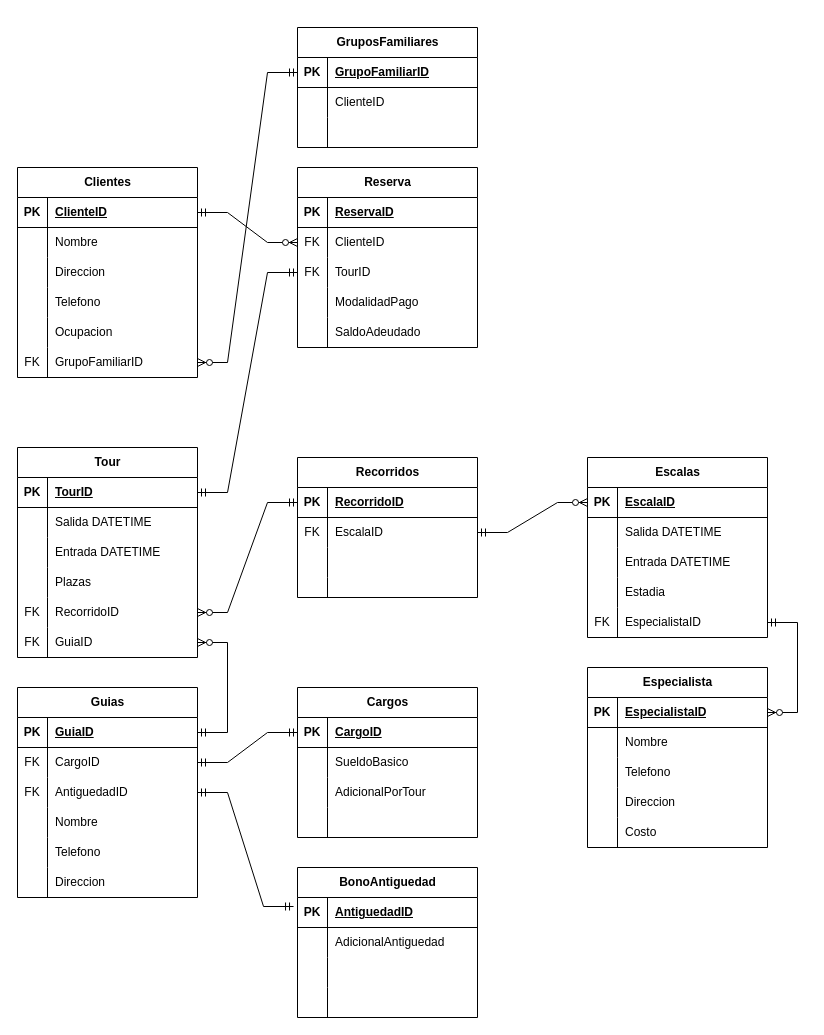
Earlier version of the draw.io diagram ej4.drawio (DamianPiuselli/Diagrams). Source tidied: cells renumbered, new cells numbered last; positions are measured from the earlier drawing's top-left corner, leaving out a move shared by most shapes. Both pictures are drawn from the tidied source at 100%, with x=0, y=0 at pixel (-333, 27).
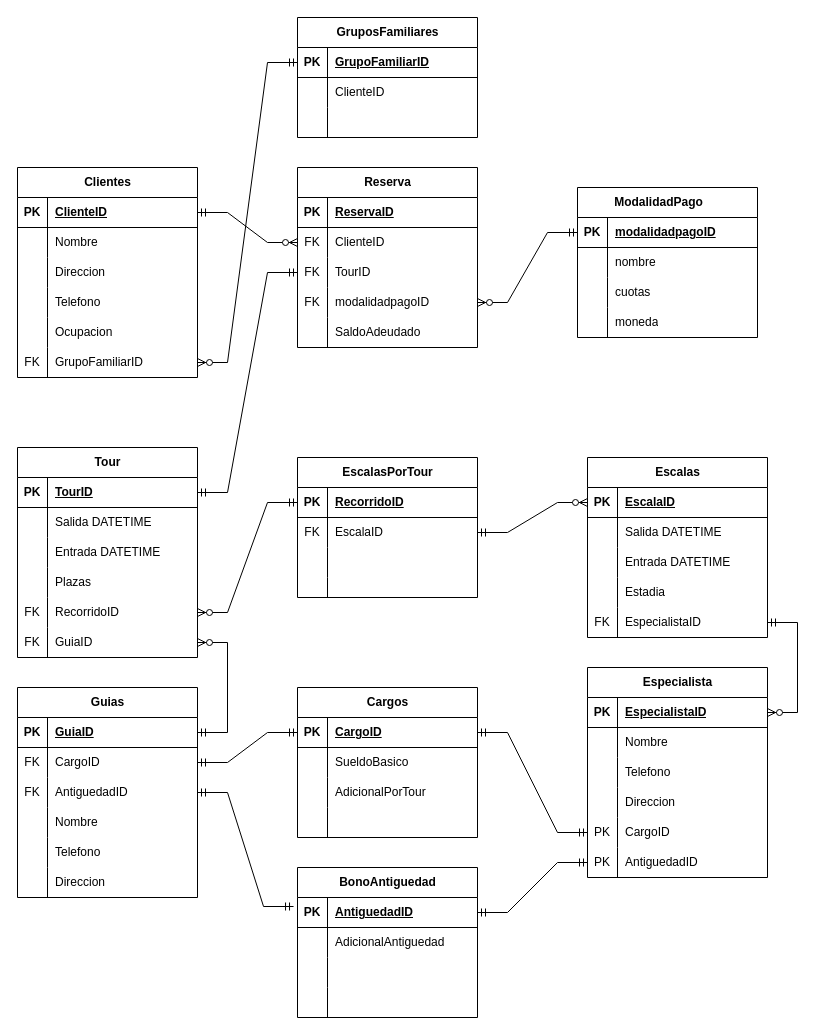
After the change.

The change refers to these unchanged cells:
```xml
<mxCell id="101" style="shape=tableRow;horizontal=0;startSize=0;swimlaneHead=0;swimlaneBody=0;fillColor=none;points=[[0,0.5],[1,0.5]];portConstraint=eastwest;top=0;left=0;right=0;bottom=0;" parent="88" vertex="1">
  <mxGeometry y="150" width="180" height="30" as="geometry" />
</mxCell>
<mxCell id="117" style="shape=tableRow;horizontal=0;startSize=0;swimlaneHead=0;swimlaneBody=0;fillColor=none;points=[[0,0.5],[1,0.5]];portConstraint=eastwest;top=0;left=0;right=0;bottom=0;" parent="107" vertex="1">
  <mxGeometry y="120" width="180" height="30" as="geometry" />
</mxCell>
<mxCell id="127" style="shape=tableRow;horizontal=0;startSize=0;swimlaneHead=0;swimlaneBody=0;fillColor=none;points=[[0,0.5],[1,0.5]];portConstraint=eastwest;top=0;left=0;right=0;bottom=1;" parent="126" vertex="1">
  <mxGeometry y="30" width="180" height="30" as="geometry" />
</mxCell>
<mxCell id="141" style="shape=tableRow;horizontal=0;startSize=0;swimlaneHead=0;swimlaneBody=0;fillColor=none;points=[[0,0.5],[1,0.5]];portConstraint=eastwest;top=0;left=0;right=0;bottom=1;" parent="140" vertex="1">
  <mxGeometry y="30" width="180" height="30" as="geometry" />
</mxCell>
```

The edit, as a diff of the source:
```diff
@@
-    <mxCell id="59" value="Recorridos" style="shape=table;startSize=30;childLayout=tableLayout;rowLines=0;fontStyle=1;align=center;html=1;" parent="1" vertex="1">
+    <mxCell id="59" value="EscalasPorTour" style="shape=table;startSize=30;childLayout=tableLayout;rowLines=0;fontStyle=1;align=center;html=1;" parent="1" vertex="1">
       <mxGeometry x="630" y="430" width="180" height="140" as="geometry" />
     </mxCell>
@@
     <mxCell id="88" value="Especialista" style="shape=table;startSize=30;childLayout=tableLayout;rowLines=0;fontStyle=1;align=center;html=1;" parent="1" vertex="1">
-      <mxGeometry x="920" y="640" width="180" height="180" as="geometry" />
+      <mxGeometry x="920" y="640" width="180" height="210" as="geometry" />
     </mxCell>
@@
-    <mxCell id="102" style="shape=partialRectangle;fillColor=none;top=0;left=0;bottom=0;right=0;overflow=hidden;whiteSpace=wrap;html=1;" parent="101" vertex="1">
+    <mxCell id="102" value="PK" style="shape=partialRectangle;fillColor=none;top=0;left=0;bottom=0;right=0;overflow=hidden;whiteSpace=wrap;html=1;" parent="101" vertex="1">
       <mxGeometry width="30" height="30" as="geometry" />
     </mxCell>
-    <mxCell id="103" value="Costo" style="shape=partialRectangle;fillColor=none;top=0;left=0;bottom=0;right=0;align=left;spacingLeft=6;overflow=hidden;whiteSpace=wrap;html=1;" parent="101" vertex="1">
+    <mxCell id="103" value="CargoID" style="shape=partialRectangle;fillColor=none;top=0;left=0;bottom=0;right=0;align=left;spacingLeft=6;overflow=hidden;whiteSpace=wrap;html=1;" parent="101" vertex="1">
       <mxGeometry x="30" width="150" height="30" as="geometry" />
     </mxCell>
+    <mxCell id="165" style="shape=tableRow;horizontal=0;startSize=0;swimlaneHead=0;swimlaneBody=0;fillColor=none;points=[[0,0.5],[1,0.5]];portConstraint=eastwest;top=0;left=0;right=0;bottom=0;" parent="88" vertex="1">
+      <mxGeometry y="180" width="180" height="30" as="geometry" />
+    </mxCell>
+    <mxCell id="166" value="PK" style="shape=partialRectangle;fillColor=none;top=0;left=0;bottom=0;right=0;overflow=hidden;whiteSpace=wrap;html=1;" parent="165" vertex="1">
+      <mxGeometry width="30" height="30" as="geometry" />
+    </mxCell>
+    <mxCell id="167" value="AntiguedadID" style="shape=partialRectangle;fillColor=none;top=0;left=0;bottom=0;right=0;align=left;spacingLeft=6;overflow=hidden;whiteSpace=wrap;html=1;" parent="165" vertex="1">
+      <mxGeometry x="30" width="150" height="30" as="geometry" />
+    </mxCell>
@@
-    <mxCell id="118" style="shape=partialRectangle;fillColor=none;top=0;left=0;bottom=0;right=0;overflow=hidden;whiteSpace=wrap;html=1;" parent="117" vertex="1">
+    <mxCell id="118" value="FK" style="shape=partialRectangle;fillColor=none;top=0;left=0;bottom=0;right=0;overflow=hidden;whiteSpace=wrap;html=1;" parent="117" vertex="1">
       <mxGeometry width="30" height="30" as="geometry" />
     </mxCell>
-    <mxCell id="119" value="ModalidadPago" style="shape=partialRectangle;fillColor=none;top=0;left=0;bottom=0;right=0;align=left;spacingLeft=6;overflow=hidden;whiteSpace=wrap;html=1;" parent="117" vertex="1">
+    <mxCell id="119" value="modalidadpagoID" style="shape=partialRectangle;fillColor=none;top=0;left=0;bottom=0;right=0;align=left;spacingLeft=6;overflow=hidden;whiteSpace=wrap;html=1;" parent="117" vertex="1">
       <mxGeometry x="30" width="150" height="30" as="geometry" />
     </mxCell>
@@
     <mxCell id="154" value="GruposFamiliares" style="shape=table;startSize=30;childLayout=tableLayout;rowLines=0;fontStyle=1;align=center;html=1;" parent="1" vertex="1">
-      <mxGeometry x="630" width="180" height="120" as="geometry" />
+      <mxGeometry x="630" y="-10" width="180" height="120" as="geometry" />
     </mxCell>
@@
+    <mxCell id="168" style="edgeStyle=entityRelationEdgeStyle;fontSize=12;html=1;endArrow=ERmandOne;startArrow=ERmandOne;rounded=0;entryX=0;entryY=0.5;entryDx=0;entryDy=0;exitX=1;exitY=0.5;exitDx=0;exitDy=0;" parent="1" edge="1" source="127" target="101">
+      <mxGeometry relative="1" as="geometry" />
+    </mxCell>
+    <mxCell id="169" style="edgeStyle=entityRelationEdgeStyle;fontSize=12;html=1;endArrow=ERmandOne;startArrow=ERmandOne;rounded=0;entryX=0;entryY=0.5;entryDx=0;entryDy=0;exitX=1;exitY=0.5;exitDx=0;exitDy=0;" parent="1" edge="1" source="141" target="165">
+      <mxGeometry relative="1" as="geometry" />
+    </mxCell>
+    <mxCell id="170" value="ModalidadPago&lt;span style=&quot;white-space: pre;&quot;&gt;&#9;&lt;/span&gt;" style="shape=table;startSize=30;childLayout=tableLayout;rowLines=0;fontStyle=1;align=center;html=1;" parent="1" vertex="1">
+      <mxGeometry x="910" y="160" width="180" height="150" as="geometry" />
+    </mxCell>
+    <mxCell id="171" style="shape=tableRow;horizontal=0;startSize=0;swimlaneHead=0;swimlaneBody=0;fillColor=none;points=[[0,0.5],[1,0.5]];portConstraint=eastwest;top=0;left=0;right=0;bottom=1;" parent="170" vertex="1">
+      <mxGeometry y="30" width="180" height="30" as="geometry" />
+    </mxCell>
+    <mxCell id="172" value="PK" style="shape=partialRectangle;fillColor=none;top=0;left=0;bottom=0;right=0;fontStyle=1;overflow=hidden;whiteSpace=wrap;html=1;" parent="171" vertex="1">
+      <mxGeometry width="30" height="30" as="geometry" />
+    </mxCell>
+    <mxCell id="173" value="modalidadpagoID" style="shape=partialRectangle;fillColor=none;top=0;left=0;bottom=0;right=0;align=left;spacingLeft=6;fontStyle=5;overflow=hidden;whiteSpace=wrap;html=1;" parent="171" vertex="1">
+      <mxGeometry x="30" width="150" height="30" as="geometry" />
+    </mxCell>
+    <mxCell id="174" style="shape=tableRow;horizontal=0;startSize=0;swimlaneHead=0;swimlaneBody=0;fillColor=none;top=0;left=0;right=0;bottom=0;" parent="170" vertex="1">
+      <mxGeometry y="60" width="180" height="30" as="geometry" />
+    </mxCell>
+    <mxCell id="175" style="shape=partialRectangle;fillColor=none;top=0;left=0;bottom=0;right=0;overflow=hidden;whiteSpace=wrap;html=1;" parent="174" vertex="1">
+      <mxGeometry width="30" height="30" as="geometry" />
+    </mxCell>
+    <mxCell id="176" value="nombre" style="shape=partialRectangle;fillColor=none;top=0;left=0;bottom=0;right=0;align=left;spacingLeft=6;overflow=hidden;whiteSpace=wrap;html=1;" parent="174" vertex="1">
+      <mxGeometry x="30" width="150" height="30" as="geometry" />
+    </mxCell>
+    <mxCell id="177" style="shape=tableRow;horizontal=0;startSize=0;swimlaneHead=0;swimlaneBody=0;fillColor=none;top=0;left=0;right=0;bottom=0;" parent="170" vertex="1">
+      <mxGeometry y="90" width="180" height="30" as="geometry" />
+    </mxCell>
+    <mxCell id="178" style="shape=partialRectangle;fillColor=none;top=0;left=0;bottom=0;right=0;overflow=hidden;whiteSpace=wrap;html=1;" parent="177" vertex="1">
+      <mxGeometry width="30" height="30" as="geometry" />
+    </mxCell>
+    <mxCell id="179" value="cuotas" style="shape=partialRectangle;fillColor=none;top=0;left=0;bottom=0;right=0;align=left;spacingLeft=6;overflow=hidden;whiteSpace=wrap;html=1;" parent="177" vertex="1">
+      <mxGeometry x="30" width="150" height="30" as="geometry" />
+    </mxCell>
+    <mxCell id="180" style="shape=tableRow;horizontal=0;startSize=0;swimlaneHead=0;swimlaneBody=0;fillColor=none;top=0;left=0;right=0;bottom=0;" parent="170" vertex="1">
+      <mxGeometry y="120" width="180" height="30" as="geometry" />
+    </mxCell>
+    <mxCell id="181" style="shape=partialRectangle;fillColor=none;top=0;left=0;bottom=0;right=0;overflow=hidden;whiteSpace=wrap;html=1;" parent="180" vertex="1">
+      <mxGeometry width="30" height="30" as="geometry" />
+    </mxCell>
+    <mxCell id="182" value="moneda" style="shape=partialRectangle;fillColor=none;top=0;left=0;bottom=0;right=0;align=left;spacingLeft=6;overflow=hidden;whiteSpace=wrap;html=1;" parent="180" vertex="1">
+      <mxGeometry x="30" width="150" height="30" as="geometry" />
+    </mxCell>
+    <mxCell id="183" style="edgeStyle=entityRelationEdgeStyle;fontSize=12;html=1;endArrow=ERzeroToMany;startArrow=ERmandOne;rounded=0;exitX=0;exitY=0.5;exitDx=0;exitDy=0;entryX=1;entryY=0.5;entryDx=0;entryDy=0;" parent="1" edge="1" source="171" target="117">
+      <mxGeometry relative="1" as="geometry" />
+    </mxCell>
```
